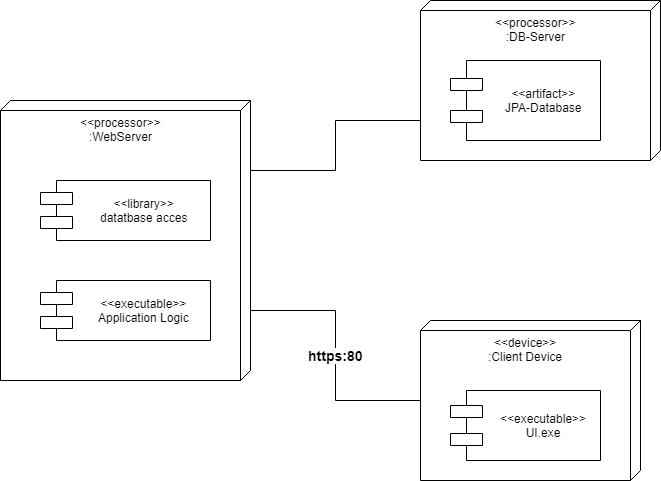
nilskre/CommonPlayground keeps this draw.io diagram as docs/SAD_images/deployment_view.png. Above is the earlier version. Source tidied: cells renumbered, new cells last; positions are measured from the earlier drawing's top-left corner, leaving out a move shared by most shapes.
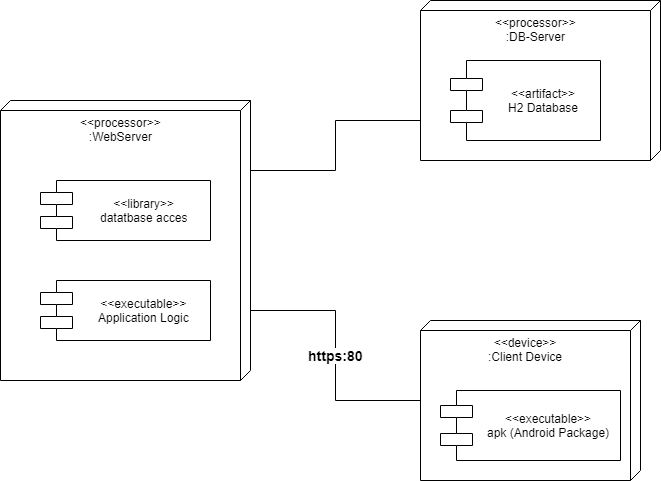
After the commit.

Commit message:
improved SAD

Diff of the diagram source:
```diff
@@ -17,7 +17,7 @@
     <mxCell id="6" value="&amp;lt;&amp;lt;device&amp;gt;&amp;gt;&lt;br&gt;:Client Device&lt;br&gt;" style="verticalAlign=top;align=center;spacingTop=8;spacingLeft=2;spacingRight=12;shape=cube;size=10;direction=south;fontStyle=0;html=1;" parent="1" vertex="1">
       <mxGeometry x="420" y="320" width="220" height="160" as="geometry" />
     </mxCell>
-    <mxCell id="7" value="&amp;lt;&amp;lt;artifact&amp;gt;&amp;gt;&lt;br&gt;&lt;div style=&quot;text-align: center&quot;&gt;&lt;span&gt;JPA-Database&lt;/span&gt;&lt;/div&gt;" style="shape=component;align=center;spacingLeft=36;html=1;" parent="1" vertex="1">
+    <mxCell id="7" value="&amp;lt;&amp;lt;artifact&amp;gt;&amp;gt;&lt;br&gt;&lt;div style=&quot;text-align: center&quot;&gt;H2 Database&lt;/div&gt;" style="shape=component;align=center;spacingLeft=36;html=1;" parent="1" vertex="1">
       <mxGeometry x="450" y="60" width="150" height="80" as="geometry" />
     </mxCell>
     <mxCell id="8" value="&lt;div style=&quot;text-align: center&quot;&gt;&lt;span&gt;&amp;lt;&amp;lt;executable&amp;gt;&amp;gt;&lt;/span&gt;&lt;/div&gt;&lt;div style=&quot;text-align: center&quot;&gt;&lt;span&gt;Application Logic&lt;/span&gt;&lt;/div&gt;" style="shape=component;align=center;spacingLeft=36;html=1;" parent="1" vertex="1">
@@ -26,8 +26,8 @@
     <mxCell id="9" value="&amp;lt;&amp;lt;library&amp;gt;&amp;gt;&lt;br&gt;datatbase acces&lt;br&gt;" style="shape=component;align=center;spacingLeft=36;html=1;" parent="1" vertex="1">
       <mxGeometry x="40" y="180" width="170" height="60" as="geometry" />
     </mxCell>
-    <mxCell id="10" value="&amp;lt;&amp;lt;executable&amp;gt;&amp;gt;&lt;br&gt;UI.exe&lt;br&gt;" style="shape=component;align=center;spacingLeft=36;html=1;" parent="1" vertex="1">
-      <mxGeometry x="450" y="390" width="150" height="70" as="geometry" />
+    <mxCell id="10" value="&amp;lt;&amp;lt;executable&amp;gt;&amp;gt;&lt;br&gt;apk (Android Package)&lt;br&gt;" style="shape=component;align=center;spacingLeft=36;html=1;" parent="1" vertex="1">
+      <mxGeometry x="440" y="390" width="180" height="70" as="geometry" />
     </mxCell>
   </root>
 </mxGraphModel>
```
